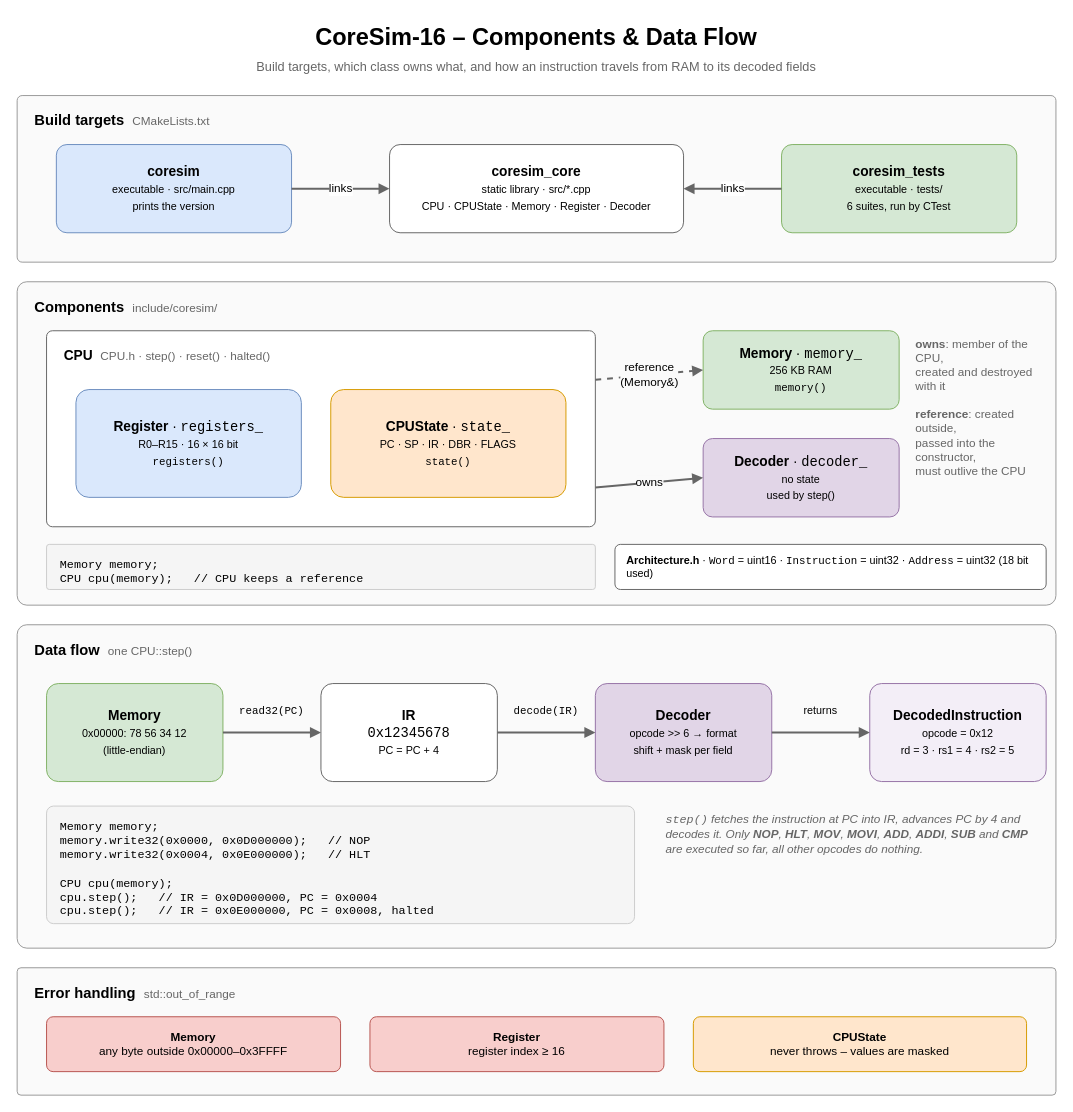
The draw.io diagram diagrams/data-flow.drawio in kpolet2010-hue/CoreSim, before the edit. Source tidied: cells renumbered, new cells numbered last; positions are measured from the earlier drawing's top-left corner, leaving out a move shared by most shapes. Both pictures are drawn from the tidied source at 98%, with x=0, y=0 at pixel (17, 17).
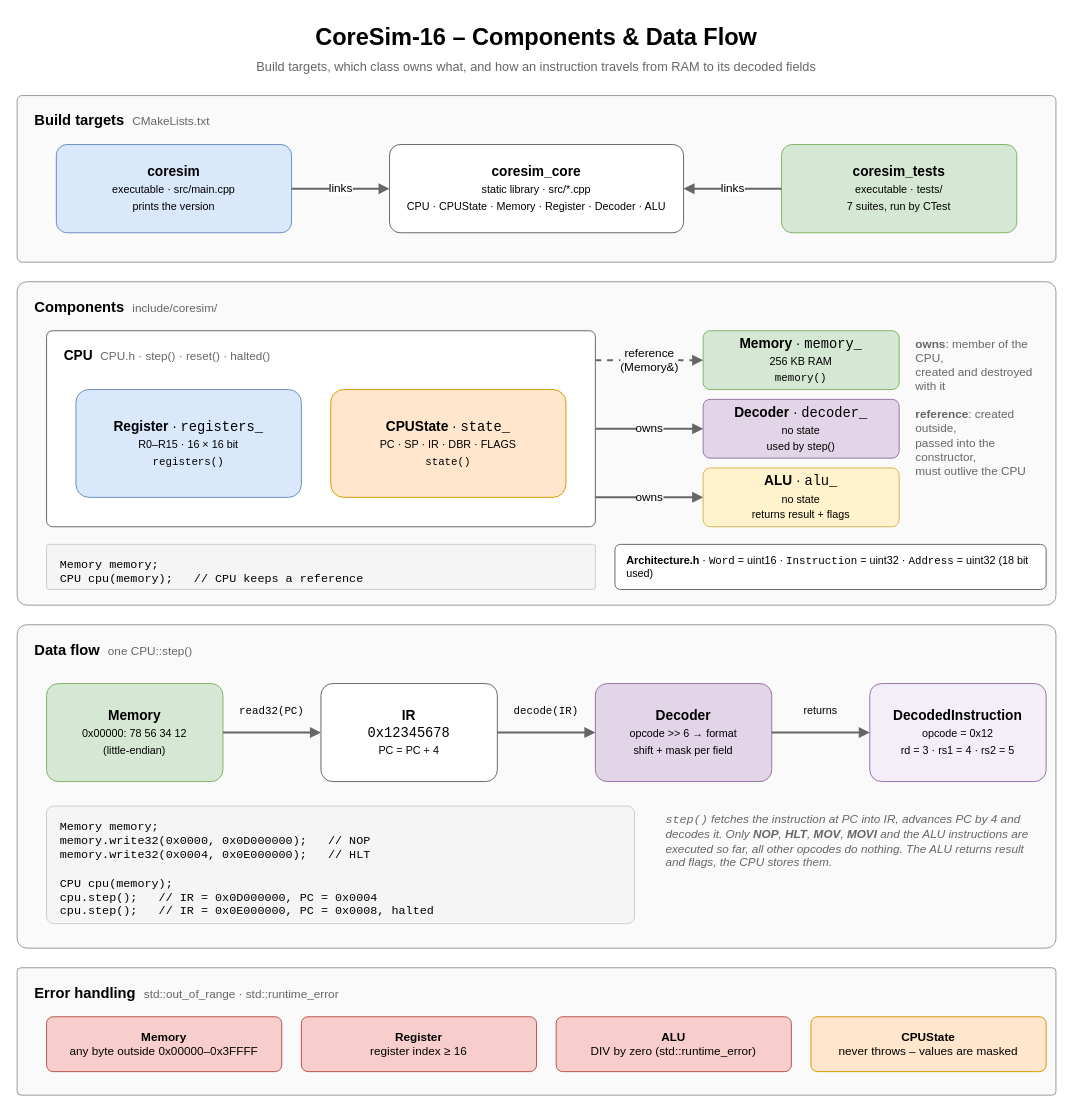
The same diagram, later.

The change refers to these unchanged cells:
```xml
<mxCell id="11" value="&lt;b&gt;CPU&lt;/b&gt;&amp;nbsp;&amp;nbsp;&lt;span style=&quot;font-weight:normal;font-size:12px;color:#666666&quot;&gt;CPU.h &amp;middot; step() &amp;middot; reset() &amp;middot; halted()&lt;/span&gt;" style="rounded=1;arcSize=3;whiteSpace=wrap;html=1;verticalAlign=top;align=left;spacingLeft=16;spacingTop=10;fontSize=14;fontStyle=1;fontFamily=Helvetica;fillColor=#ffffff;strokeColor=#666666;" parent="1" vertex="1">
  <mxGeometry x="30" y="320" width="560" height="200" as="geometry" />
</mxCell>
```

The edit, as a diff of the source:
```diff
@@
-    <mxCell id="5" value="&lt;b&gt;coresim_core&lt;/b&gt;&lt;br&gt;&lt;font style=&quot;font-size:11px&quot;&gt;static library &amp;middot; src/*.cpp&lt;br&gt;CPU &amp;middot; CPUState &amp;middot; Memory &amp;middot; Register &amp;middot; Decoder&lt;/font&gt;" style="rounded=1;arcSize=12;whiteSpace=wrap;html=1;fontFamily=Helvetica;fillColor=#ffffff;strokeColor=#666666;fontSize=14;" parent="1" vertex="1">
+    <mxCell id="5" value="&lt;b&gt;coresim_core&lt;/b&gt;&lt;br&gt;&lt;font style=&quot;font-size:11px&quot;&gt;static library &amp;middot; src/*.cpp&lt;br&gt;CPU &amp;middot; CPUState &amp;middot; Memory &amp;middot; Register &amp;middot; Decoder &amp;middot; ALU&lt;/font&gt;" style="rounded=1;arcSize=12;whiteSpace=wrap;html=1;fontFamily=Helvetica;fillColor=#ffffff;strokeColor=#666666;fontSize=14;" parent="1" vertex="1">
       <mxGeometry x="380" y="130" width="300" height="90" as="geometry" />
     </mxCell>
@@
-    <mxCell id="7" value="&lt;b&gt;coresim_tests&lt;/b&gt;&lt;br&gt;&lt;font style=&quot;font-size:11px&quot;&gt;executable &amp;middot; tests/&lt;br&gt;6 suites, run by CTest&lt;/font&gt;" style="rounded=1;arcSize=12;whiteSpace=wrap;html=1;fontFamily=Helvetica;fillColor=#d5e8d4;strokeColor=#82b366;fontSize=14;" parent="1" vertex="1">
+    <mxCell id="7" value="&lt;b&gt;coresim_tests&lt;/b&gt;&lt;br&gt;&lt;font style=&quot;font-size:11px&quot;&gt;executable &amp;middot; tests/&lt;br&gt;7 suites, run by CTest&lt;/font&gt;" style="rounded=1;arcSize=12;whiteSpace=wrap;html=1;fontFamily=Helvetica;fillColor=#d5e8d4;strokeColor=#82b366;fontSize=14;" parent="1" vertex="1">
       <mxGeometry x="780" y="130" width="240" height="90" as="geometry" />
     </mxCell>
@@
     <mxCell id="14" value="&lt;b&gt;Memory&lt;/b&gt; &amp;middot; &lt;code&gt;memory_&lt;/code&gt;&lt;br&gt;&lt;font style=&quot;font-size:11px&quot;&gt;256 KB RAM&lt;/font&gt;&lt;br&gt;&lt;code style=&quot;font-size:11px&quot;&gt;memory()&lt;/code&gt;" style="rounded=1;arcSize=12;whiteSpace=wrap;html=1;fontFamily=Helvetica;fillColor=#d5e8d4;strokeColor=#82b366;fontSize=14;" parent="1" vertex="1">
-      <mxGeometry x="700" y="320" width="200" height="80" as="geometry" />
+      <mxGeometry x="700" y="320" width="200" height="60" as="geometry" />
     </mxCell>
     <mxCell id="15" value="&lt;b&gt;Decoder&lt;/b&gt; &amp;middot; &lt;code&gt;decoder_&lt;/code&gt;&lt;br&gt;&lt;font style=&quot;font-size:11px&quot;&gt;no state&lt;br&gt;used by step()&lt;/font&gt;" style="rounded=1;arcSize=12;whiteSpace=wrap;html=1;fontFamily=Helvetica;fillColor=#e1d5e7;strokeColor=#9673a6;fontSize=14;" parent="1" vertex="1">
-      <mxGeometry x="700" y="430" width="200" height="80" as="geometry" />
+      <mxGeometry x="700" y="390" width="200" height="60" as="geometry" />
     </mxCell>
+    <mxCell id="38" value="&lt;b&gt;ALU&lt;/b&gt; &amp;middot; &lt;code&gt;alu_&lt;/code&gt;&lt;br&gt;&lt;font style=&quot;font-size:11px&quot;&gt;no state&lt;br&gt;returns result + flags&lt;/font&gt;" style="rounded=1;arcSize=12;whiteSpace=wrap;html=1;fontFamily=Helvetica;fillColor=#fff2cc;strokeColor=#d6b656;fontSize=14;" parent="1" vertex="1">
+      <mxGeometry x="700" y="460" width="200" height="60" as="geometry" />
+    </mxCell>
-    <mxCell id="16" value="reference&lt;br&gt;(Memory&amp;amp;)" style="endArrow=block;endFill=1;html=1;strokeWidth=2;strokeColor=#666666;fontSize=12;fontFamily=Helvetica;dashed=1;exitX=1;exitY=0.25;entryX=0;entryY=0.5;labelBackgroundColor=#fafafa;" parent="1" edge="1" source="11" target="14">
+    <mxCell id="16" value="reference&lt;br&gt;(Memory&amp;amp;)" style="endArrow=block;endFill=1;html=1;strokeWidth=2;strokeColor=#666666;fontSize=12;fontFamily=Helvetica;dashed=1;exitX=1;exitY=0.15;entryX=0;entryY=0.5;labelBackgroundColor=#fafafa;" parent="1" edge="1" source="11" target="14">
       <mxGeometry relative="1" as="geometry" />
     </mxCell>
-    <mxCell id="17" value="owns" style="endArrow=block;endFill=1;html=1;strokeWidth=2;strokeColor=#666666;fontSize=12;fontFamily=Helvetica;exitX=1;exitY=0.8;entryX=0;entryY=0.5;labelBackgroundColor=#fafafa;" parent="1" edge="1" source="11" target="15">
+    <mxCell id="17" value="owns" style="endArrow=block;endFill=1;html=1;strokeWidth=2;strokeColor=#666666;fontSize=12;fontFamily=Helvetica;exitX=1;exitY=0.5;entryX=0;entryY=0.5;labelBackgroundColor=#fafafa;" parent="1" edge="1" source="11" target="15">
       <mxGeometry relative="1" as="geometry" />
     </mxCell>
+    <mxCell id="39" value="owns" style="endArrow=block;endFill=1;html=1;strokeWidth=2;strokeColor=#666666;fontSize=12;fontFamily=Helvetica;exitX=1;exitY=0.85;entryX=0;entryY=0.5;labelBackgroundColor=#fafafa;" parent="1" edge="1" source="11" target="38">
+      <mxGeometry relative="1" as="geometry" />
+    </mxCell>
@@
-    <mxCell id="33" value="&lt;i&gt;&lt;code&gt;step()&lt;/code&gt; fetches the instruction at PC into IR, advances PC by 4 and decodes it. Only &lt;b&gt;NOP&lt;/b&gt;, &lt;b&gt;HLT&lt;/b&gt;, &lt;b&gt;MOV&lt;/b&gt;, &lt;b&gt;MOVI&lt;/b&gt;, &lt;b&gt;ADD&lt;/b&gt;, &lt;b&gt;ADDI&lt;/b&gt;, &lt;b&gt;SUB&lt;/b&gt; and &lt;b&gt;CMP&lt;/b&gt; are executed so far, all other opcodes do nothing.&lt;/i&gt;" style="text;html=1;strokeColor=none;fillColor=none;whiteSpace=wrap;fontFamily=Helvetica;fontSize=12;fontColor=#666666;align=left;" parent="1" vertex="1">
+    <mxCell id="33" value="&lt;i&gt;&lt;code&gt;step()&lt;/code&gt; fetches the instruction at PC into IR, advances PC by 4 and decodes it. Only &lt;b&gt;NOP&lt;/b&gt;, &lt;b&gt;HLT&lt;/b&gt;, &lt;b&gt;MOV&lt;/b&gt;, &lt;b&gt;MOVI&lt;/b&gt; and the ALU instructions are executed so far, all other opcodes do nothing. The ALU returns result and flags, the CPU stores them.&lt;/i&gt;" style="text;html=1;strokeColor=none;fillColor=none;whiteSpace=wrap;fontFamily=Helvetica;fontSize=12;fontColor=#666666;align=left;" parent="1" vertex="1">
       <mxGeometry x="660" y="805" width="380" height="90" as="geometry" />
     </mxCell>
-    <mxCell id="34" value="Error handling&amp;nbsp;&amp;nbsp;&lt;span style=&quot;font-weight:normal;font-size:12px;color:#666666&quot;&gt;std::out_of_range&lt;/span&gt;" style="rounded=1;arcSize=3;whiteSpace=wrap;html=1;verticalAlign=top;align=left;spacingLeft=16;spacingTop=10;fontSize=15;fontStyle=1;fontFamily=Helvetica;fillColor=#fafafa;strokeColor=#999999;" parent="1" vertex="1">
+    <mxCell id="34" value="Error handling&amp;nbsp;&amp;nbsp;&lt;span style=&quot;font-weight:normal;font-size:12px;color:#666666&quot;&gt;std::out_of_range &amp;middot; std::runtime_error&lt;/span&gt;" style="rounded=1;arcSize=3;whiteSpace=wrap;html=1;verticalAlign=top;align=left;spacingLeft=16;spacingTop=10;fontSize=15;fontStyle=1;fontFamily=Helvetica;fillColor=#fafafa;strokeColor=#999999;" parent="1" vertex="1">
       <mxGeometry y="970" width="1060" height="130" as="geometry" />
     </mxCell>
     <mxCell id="35" value="&lt;b&gt;Memory&lt;/b&gt;&lt;br&gt;any byte outside 0x00000&amp;ndash;0x3FFFF" style="rounded=1;arcSize=12;whiteSpace=wrap;html=1;fontFamily=Helvetica;fillColor=#f8cecc;strokeColor=#b85450;fontSize=12;" parent="1" vertex="1">
-      <mxGeometry x="30" y="1020" width="300" height="56" as="geometry" />
+      <mxGeometry x="30" y="1020" width="240" height="56" as="geometry" />
     </mxCell>
     <mxCell id="36" value="&lt;b&gt;Register&lt;/b&gt;&lt;br&gt;register index &amp;ge; 16" style="rounded=1;arcSize=12;whiteSpace=wrap;html=1;fontFamily=Helvetica;fillColor=#f8cecc;strokeColor=#b85450;fontSize=12;" parent="1" vertex="1">
-      <mxGeometry x="360" y="1020" width="300" height="56" as="geometry" />
+      <mxGeometry x="290" y="1020" width="240" height="56" as="geometry" />
     </mxCell>
+    <mxCell id="40" value="&lt;b&gt;ALU&lt;/b&gt;&lt;br&gt;DIV by zero (std::runtime_error)" style="rounded=1;arcSize=12;whiteSpace=wrap;html=1;fontFamily=Helvetica;fillColor=#f8cecc;strokeColor=#b85450;fontSize=12;" parent="1" vertex="1">
+      <mxGeometry x="550" y="1020" width="240" height="56" as="geometry" />
+    </mxCell>
     <mxCell id="37" value="&lt;b&gt;CPUState&lt;/b&gt;&lt;br&gt;never throws &amp;ndash; values are masked" style="rounded=1;arcSize=12;whiteSpace=wrap;html=1;fontFamily=Helvetica;fillColor=#ffe6cc;strokeColor=#d79b00;fontSize=12;" parent="1" vertex="1">
-      <mxGeometry x="690" y="1020" width="340" height="56" as="geometry" />
+      <mxGeometry x="810" y="1020" width="240" height="56" as="geometry" />
     </mxCell>
```
